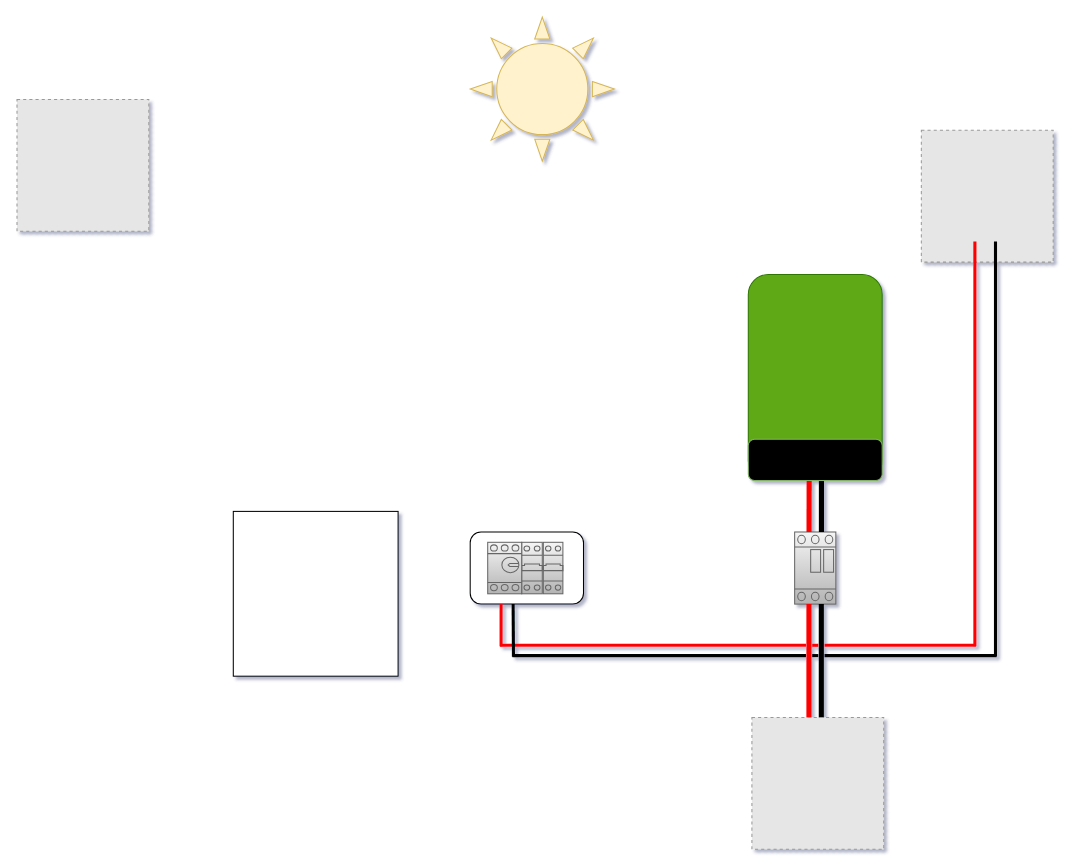
zhero15/Sample-Json keeps this draw.io diagram as Offgrid Solar.drawio. Above is the earlier version. Source tidied: cells renumbered, new cells numbered last; positions are measured from the earlier drawing's top-left corner, leaving out a move shared by most shapes. Both pictures are drawn from the tidied source at 103%, with x=0, y=0 at pixel (16, 16). Pictures stored in the file or linked from it are replaced by grey dashed boxes.
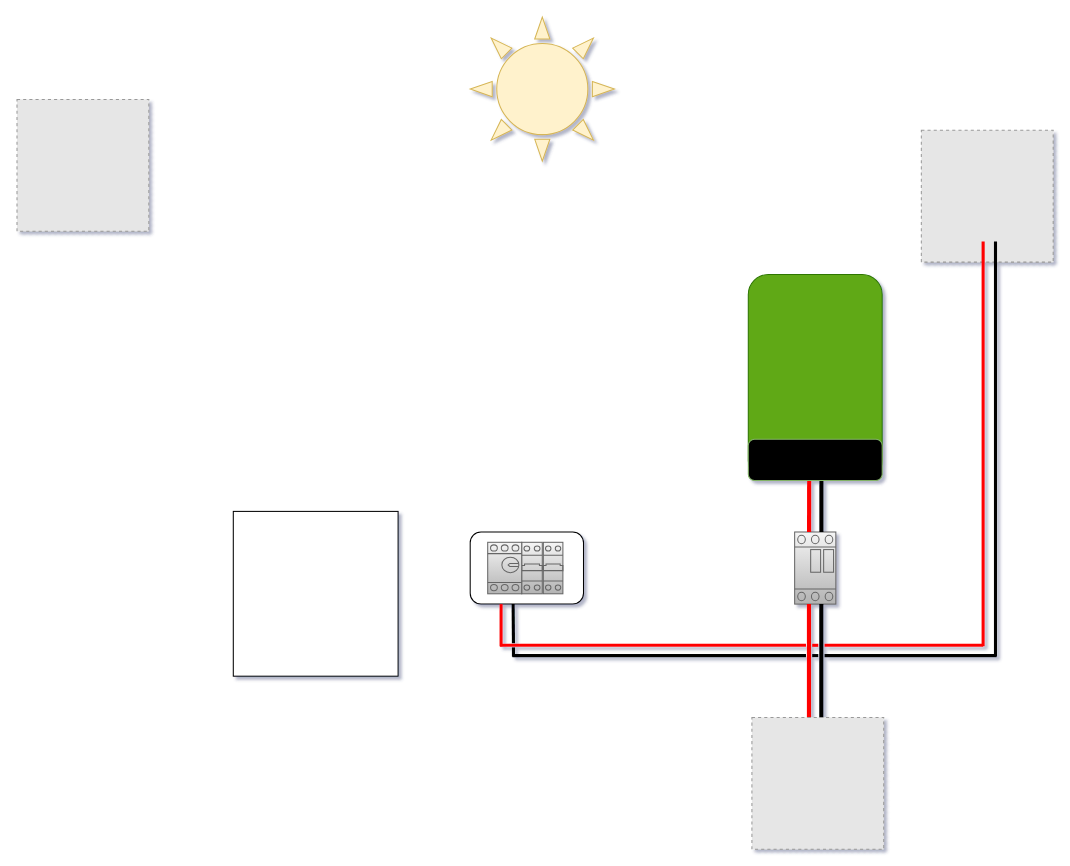
Above is the later version.

The change refers to these unchanged cells:
```xml
<mxCell id="6" style="rounded=1;whiteSpace=wrap;html=1;" parent="5" vertex="1">
  <mxGeometry width="110" height="70" as="geometry" />
</mxCell>
```

Diff of the diagram source:
```diff
@@
     <mxCell id="13" style="endArrow=none;html=1;rounded=0;strokeWidth=3;strokeColor=#FF0000;" parent="1" edge="1">
       <mxGeometry relative="1" as="geometry">
-        <mxPoint x="930" y="611" as="sourcePoint" />
-        <mxPoint x="930" y="218" as="targetPoint" />
+        <mxPoint x="938" y="611" as="sourcePoint" />
+        <mxPoint x="938" y="218" as="targetPoint" />
       </mxGeometry>
     </mxCell>
@@
     <mxCell id="18" style="endArrow=none;html=1;rounded=0;strokeWidth=3;exitX=0.379;exitY=1;exitDx=0;exitDy=0;exitPerimeter=0;" parent="1" edge="1" source="6">
       <mxGeometry relative="1" as="geometry">
-        <mxPoint x="482" y="621" as="targetPoint" />
+        <mxPoint x="482" y="608" as="targetPoint" />
       </mxGeometry>
     </mxCell>
-    <mxCell id="19" style="endArrow=none;html=1;rounded=0;strokeWidth=5;strokeColor=#FF0000;entryX=0.462;entryY=1;entryDx=0;entryDy=0;entryPerimeter=0;" parent="1" edge="1">
+    <mxCell id="19" style="endArrow=none;html=1;rounded=0;strokeWidth=4;strokeColor=#FF0000;entryX=0.462;entryY=1;entryDx=0;entryDy=0;entryPerimeter=0;" parent="1" edge="1">
       <mxGeometry relative="1" as="geometry">
         <mxPoint x="769" y="500" as="sourcePoint" />
         <mxPoint x="769.1" y="450" as="targetPoint" />
       </mxGeometry>
     </mxCell>
-    <mxCell id="20" style="endArrow=none;html=1;rounded=0;strokeWidth=5;" parent="1" edge="1">
+    <mxCell id="20" style="endArrow=none;html=1;rounded=0;strokeWidth=4;" parent="1" edge="1">
       <mxGeometry relative="1" as="geometry">
         <mxPoint x="781" y="500" as="sourcePoint" />
         <mxPoint x="781" y="449" as="targetPoint" />
       </mxGeometry>
     </mxCell>
@@
-    <mxCell id="23" style="endArrow=none;html=1;rounded=0;strokeWidth=5;strokeColor=#FF0000;entryX=0.462;entryY=1;entryDx=0;entryDy=0;entryPerimeter=0;" parent="1" edge="1">
+    <mxCell id="23" style="endArrow=none;html=1;rounded=0;strokeWidth=4;strokeColor=#FF0000;entryX=0.462;entryY=1;entryDx=0;entryDy=0;entryPerimeter=0;" parent="1" edge="1">
       <mxGeometry relative="1" as="geometry">
         <mxPoint x="768.9" y="710" as="sourcePoint" />
         <mxPoint x="768.9" y="570" as="targetPoint" />
       </mxGeometry>
     </mxCell>
-    <mxCell id="24" style="endArrow=none;html=1;rounded=0;strokeWidth=5;" parent="1" edge="1">
+    <mxCell id="24" style="endArrow=none;html=1;rounded=0;strokeWidth=4;" parent="1" edge="1">
       <mxGeometry relative="1" as="geometry">
         <mxPoint x="780.9" y="710" as="sourcePoint" />
         <mxPoint x="780.9" y="570" as="targetPoint" />
       </mxGeometry>
     </mxCell>
@@
     <mxCell id="26" style="endArrow=none;html=1;rounded=0;strokeWidth=3;strokeColor=#FF0000;" parent="1" edge="1">
       <mxGeometry relative="1" as="geometry">
         <mxPoint x="784" y="610" as="sourcePoint" />
-        <mxPoint x="931" y="610" as="targetPoint" />
+        <mxPoint x="938" y="610" as="targetPoint" />
       </mxGeometry>
     </mxCell>
@@
+    <mxCell id="30" style="endArrow=none;html=1;rounded=0;strokeWidth=3;" parent="1" edge="1">
+      <mxGeometry relative="1" as="geometry">
+        <mxPoint x="482" y="612" as="sourcePoint" />
+        <mxPoint x="482" y="621" as="targetPoint" />
+      </mxGeometry>
+    </mxCell>
```
